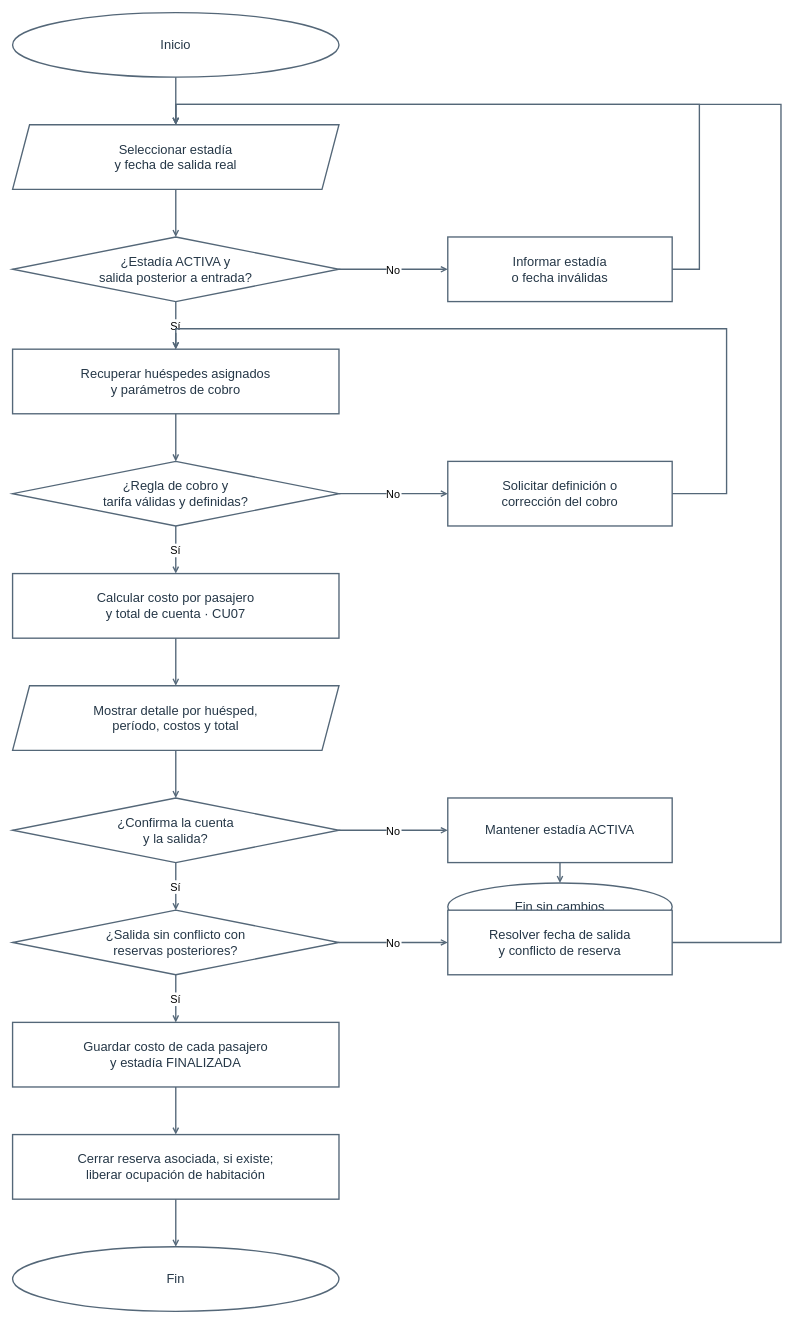
Before: diagramas-editables/flujo-check-out.drawio in Yutre3/hotel-duerme-bien, a draw.io diagram. Source tidied: cells renumbered, new cells numbered last; positions are measured from the earlier drawing's top-left corner, leaving out a move shared by most shapes. Both pictures are drawn from the tidied source at 68%, with x=0, y=0 at pixel (12, 12).
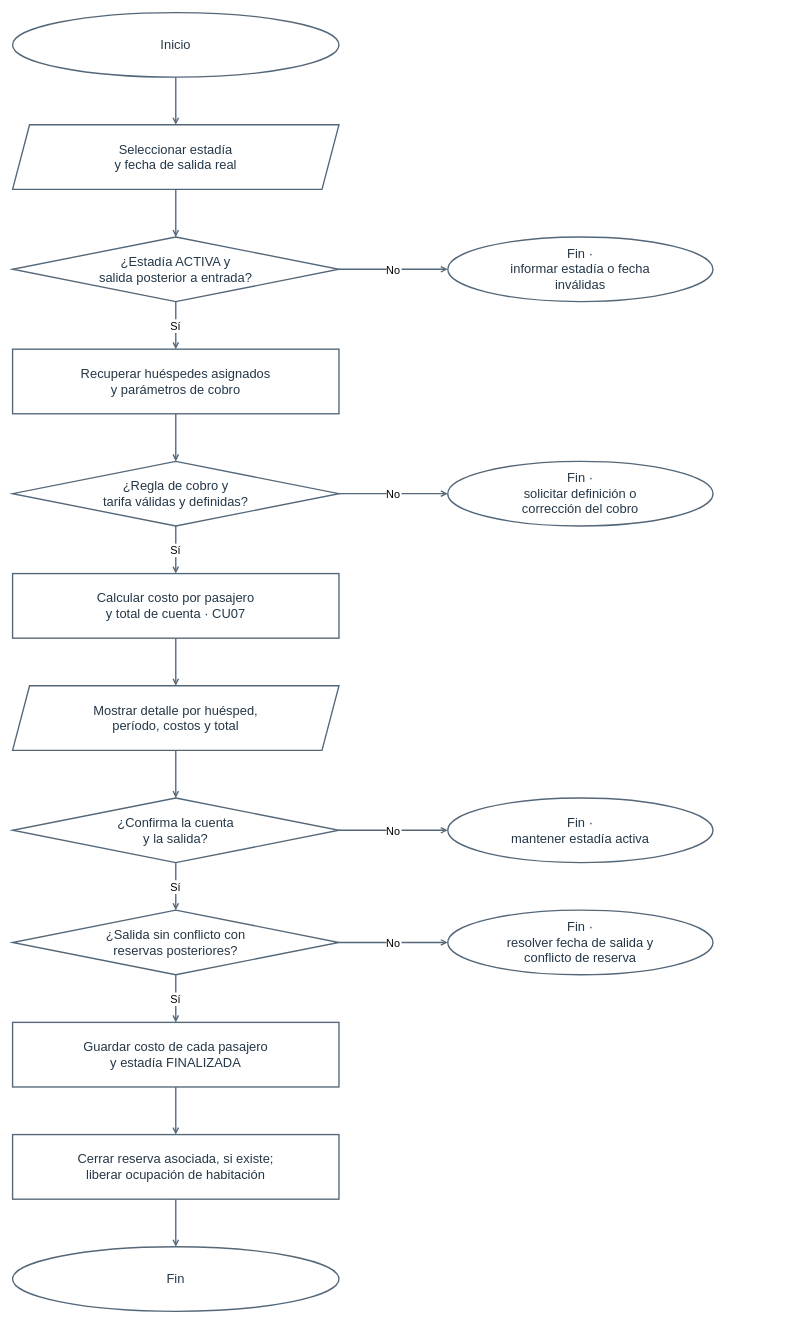
The same diagram, later.

The change refers to these unchanged cells:
```xml
<mxCell id="3" value="Seleccionar estadía&#10;y fecha de salida real" style="shape=parallelogram;fixedSize=1;size=25;html=0;whiteSpace=wrap;strokeColor=#546778;strokeWidth=2;fillColor=#ffffff;fontColor=#253747;fontSize=19;" parent="1" vertex="1">
  <mxGeometry y="165" width="480" height="95" as="geometry" />
</mxCell>
<mxCell id="5" value="Recuperar huéspedes asignados&#10;y parámetros de cobro" style="rounded=0;html=0;whiteSpace=wrap;strokeColor=#546778;strokeWidth=2;fillColor=#ffffff;fontColor=#253747;fontSize=19;" parent="1" vertex="1">
  <mxGeometry y="495" width="480" height="95" as="geometry" />
</mxCell>
<mxCell id="6" value="¿Regla de cobro y&#10;tarifa válidas y definidas?" style="rhombus;html=0;whiteSpace=wrap;strokeColor=#546778;strokeWidth=2;fillColor=#ffffff;fontColor=#253747;fontSize=19;" parent="1" vertex="1">
  <mxGeometry y="660" width="480" height="95" as="geometry" />
</mxCell>
<mxCell id="9" value="¿Confirma la cuenta&#10;y la salida?" style="rhombus;html=0;whiteSpace=wrap;strokeColor=#546778;strokeWidth=2;fillColor=#ffffff;fontColor=#253747;fontSize=19;" parent="1" vertex="1">
  <mxGeometry y="1155" width="480" height="95" as="geometry" />
</mxCell>
<mxCell id="10" value="¿Salida sin conflicto con&#10;reservas posteriores?" style="rhombus;html=0;whiteSpace=wrap;strokeColor=#546778;strokeWidth=2;fillColor=#ffffff;fontColor=#253747;fontSize=19;" parent="1" vertex="1">
  <mxGeometry y="1320" width="480" height="95" as="geometry" />
</mxCell>
```

Diff of the diagram source:
```diff
@@
-    <mxCell id="14" value="Informar estadía&#10;o fecha inválidas" style="rounded=0;html=0;whiteSpace=wrap;strokeColor=#546778;strokeWidth=2;fillColor=#ffffff;fontColor=#253747;fontSize=19;" parent="1" vertex="1">
-      <mxGeometry x="640" y="330" width="330" height="95" as="geometry" />
+    <mxCell id="14" value="Fin ·&#10;informar estadía o fecha&#10;inválidas" style="ellipse;html=0;whiteSpace=wrap;strokeColor=#546778;strokeWidth=2;fillColor=#ffffff;fontColor=#253747;fontSize=19;" parent="1" vertex="1">
+      <mxGeometry x="640" y="330" width="390" height="95" as="geometry" />
     </mxCell>
-    <mxCell id="15" value="Solicitar definición o&#10;corrección del cobro" style="rounded=0;html=0;whiteSpace=wrap;strokeColor=#546778;strokeWidth=2;fillColor=#ffffff;fontColor=#253747;fontSize=19;" parent="1" vertex="1">
-      <mxGeometry x="640" y="660" width="330" height="95" as="geometry" />
+    <mxCell id="15" value="Fin ·&#10;solicitar definición o&#10;corrección del cobro" style="ellipse;html=0;whiteSpace=wrap;strokeColor=#546778;strokeWidth=2;fillColor=#ffffff;fontColor=#253747;fontSize=19;" parent="1" vertex="1">
+      <mxGeometry x="640" y="660" width="390" height="95" as="geometry" />
     </mxCell>
-    <mxCell id="16" value="Mantener estadía ACTIVA" style="rounded=0;html=0;whiteSpace=wrap;strokeColor=#546778;strokeWidth=2;fillColor=#ffffff;fontColor=#253747;fontSize=19;" parent="1" vertex="1">
-      <mxGeometry x="640" y="1155" width="330" height="95" as="geometry" />
+    <mxCell id="16" value="Fin ·&#10;mantener estadía activa" style="ellipse;html=0;whiteSpace=wrap;strokeColor=#546778;strokeWidth=2;fillColor=#ffffff;fontColor=#253747;fontSize=19;" parent="1" vertex="1">
+      <mxGeometry x="640" y="1155" width="390" height="95" as="geometry" />
     </mxCell>
-    <mxCell id="17" value="Fin sin cambios" style="ellipse;html=0;whiteSpace=wrap;strokeColor=#546778;strokeWidth=2;fillColor=#ffffff;fontColor=#253747;fontSize=19;" parent="1" vertex="1">
-      <mxGeometry x="640" y="1280" width="330" height="70" as="geometry" />
-    </mxCell>
-    <mxCell id="18" value="Resolver fecha de salida&#10;y conflicto de reserva" style="rounded=0;html=0;whiteSpace=wrap;strokeColor=#546778;strokeWidth=2;fillColor=#ffffff;fontColor=#253747;fontSize=19;" parent="1" vertex="1">
-      <mxGeometry x="640" y="1320" width="330" height="95" as="geometry" />
+    <mxCell id="18" value="Fin ·&#10;resolver fecha de salida y&#10;conflicto de reserva" style="ellipse;html=0;whiteSpace=wrap;strokeColor=#546778;strokeWidth=2;fillColor=#ffffff;fontColor=#253747;fontSize=19;" parent="1" vertex="1">
+      <mxGeometry x="640" y="1320" width="390" height="95" as="geometry" />
     </mxCell>
@@
-    <mxCell id="31" style="html=0;edgeStyle=orthogonalEdgeStyle;jettySize=24;rounded=0;strokeWidth=2;strokeColor=#546778;fontSize=16;endArrow=open;endFill=0;startArrow=none;startFill=0;exitX=1;exitY=0.5;exitPerimeter=0;entryX=0.5;entryY=0;entryPerimeter=0;" parent="1" edge="1" source="14" target="3">
-      <mxGeometry relative="1" as="geometry">
-        <Array as="points">
-          <mxPoint x="1010" y="377.5" />
-          <mxPoint x="1010" y="135" />
-          <mxPoint x="240" y="135" />
-        </Array>
-      </mxGeometry>
+    <mxCell id="31" value="No" style="html=0;edgeStyle=orthogonalEdgeStyle;jettySize=24;rounded=0;strokeWidth=2;strokeColor=#546778;fontSize=16;endArrow=open;endFill=0;startArrow=none;startFill=0;exitX=1;exitY=0.5;exitPerimeter=0;entryX=0;entryY=0.5;entryPerimeter=0;" parent="1" edge="1" source="6" target="15">
+      <mxGeometry relative="1" as="geometry" />
     </mxCell>
-    <mxCell id="32" value="No" style="html=0;edgeStyle=orthogonalEdgeStyle;jettySize=24;rounded=0;strokeWidth=2;strokeColor=#546778;fontSize=16;endArrow=open;endFill=0;startArrow=none;startFill=0;exitX=1;exitY=0.5;exitPerimeter=0;entryX=0;entryY=0.5;entryPerimeter=0;" parent="1" edge="1" source="6" target="15">
+    <mxCell id="32" value="No" style="html=0;edgeStyle=orthogonalEdgeStyle;jettySize=24;rounded=0;strokeWidth=2;strokeColor=#546778;fontSize=16;endArrow=open;endFill=0;startArrow=none;startFill=0;exitX=1;exitY=0.5;exitPerimeter=0;entryX=0;entryY=0.5;entryPerimeter=0;" parent="1" edge="1" source="9" target="16">
       <mxGeometry relative="1" as="geometry" />
     </mxCell>
-    <mxCell id="33" style="html=0;edgeStyle=orthogonalEdgeStyle;jettySize=24;rounded=0;strokeWidth=2;strokeColor=#546778;fontSize=16;endArrow=open;endFill=0;startArrow=none;startFill=0;exitX=1;exitY=0.5;exitPerimeter=0;entryX=0.5;entryY=0;entryPerimeter=0;" parent="1" edge="1" source="15" target="5">
-      <mxGeometry relative="1" as="geometry">
-        <Array as="points">
-          <mxPoint x="1050" y="707.5" />
-          <mxPoint x="1050" y="465" />
-          <mxPoint x="240" y="465" />
-        </Array>
-      </mxGeometry>
+    <mxCell id="33" value="No" style="html=0;edgeStyle=orthogonalEdgeStyle;jettySize=24;rounded=0;strokeWidth=2;strokeColor=#546778;fontSize=16;endArrow=open;endFill=0;startArrow=none;startFill=0;exitX=1;exitY=0.5;exitPerimeter=0;entryX=0;entryY=0.5;entryPerimeter=0;" parent="1" edge="1" source="10" target="18">
+      <mxGeometry relative="1" as="geometry" />
     </mxCell>
-    <mxCell id="34" value="No" style="html=0;edgeStyle=orthogonalEdgeStyle;jettySize=24;rounded=0;strokeWidth=2;strokeColor=#546778;fontSize=16;endArrow=open;endFill=0;startArrow=none;startFill=0;exitX=1;exitY=0.5;exitPerimeter=0;entryX=0;entryY=0.5;entryPerimeter=0;" parent="1" edge="1" source="9" target="16">
-      <mxGeometry relative="1" as="geometry" />
-    </mxCell>
-    <mxCell id="35" style="html=0;edgeStyle=orthogonalEdgeStyle;jettySize=24;rounded=0;strokeWidth=2;strokeColor=#546778;fontSize=16;endArrow=open;endFill=0;startArrow=none;startFill=0;exitX=0.5;exitY=1;exitPerimeter=0;entryX=0.5;entryY=0;entryPerimeter=0;" parent="1" edge="1" source="16" target="17">
-      <mxGeometry relative="1" as="geometry" />
-    </mxCell>
-    <mxCell id="36" value="No" style="html=0;edgeStyle=orthogonalEdgeStyle;jettySize=24;rounded=0;strokeWidth=2;strokeColor=#546778;fontSize=16;endArrow=open;endFill=0;startArrow=none;startFill=0;exitX=1;exitY=0.5;exitPerimeter=0;entryX=0;entryY=0.5;entryPerimeter=0;" parent="1" edge="1" source="10" target="18">
-      <mxGeometry relative="1" as="geometry" />
-    </mxCell>
-    <mxCell id="37" style="html=0;edgeStyle=orthogonalEdgeStyle;jettySize=24;rounded=0;strokeWidth=2;strokeColor=#546778;fontSize=16;endArrow=open;endFill=0;startArrow=none;startFill=0;exitX=1;exitY=0.5;exitPerimeter=0;entryX=0.5;entryY=0;entryPerimeter=0;" parent="1" edge="1" source="18" target="3">
-      <mxGeometry relative="1" as="geometry">
-        <Array as="points">
-          <mxPoint x="1130" y="1367.5" />
-          <mxPoint x="1130" y="135" />
-          <mxPoint x="240" y="135" />
-        </Array>
-      </mxGeometry>
-    </mxCell>
```
